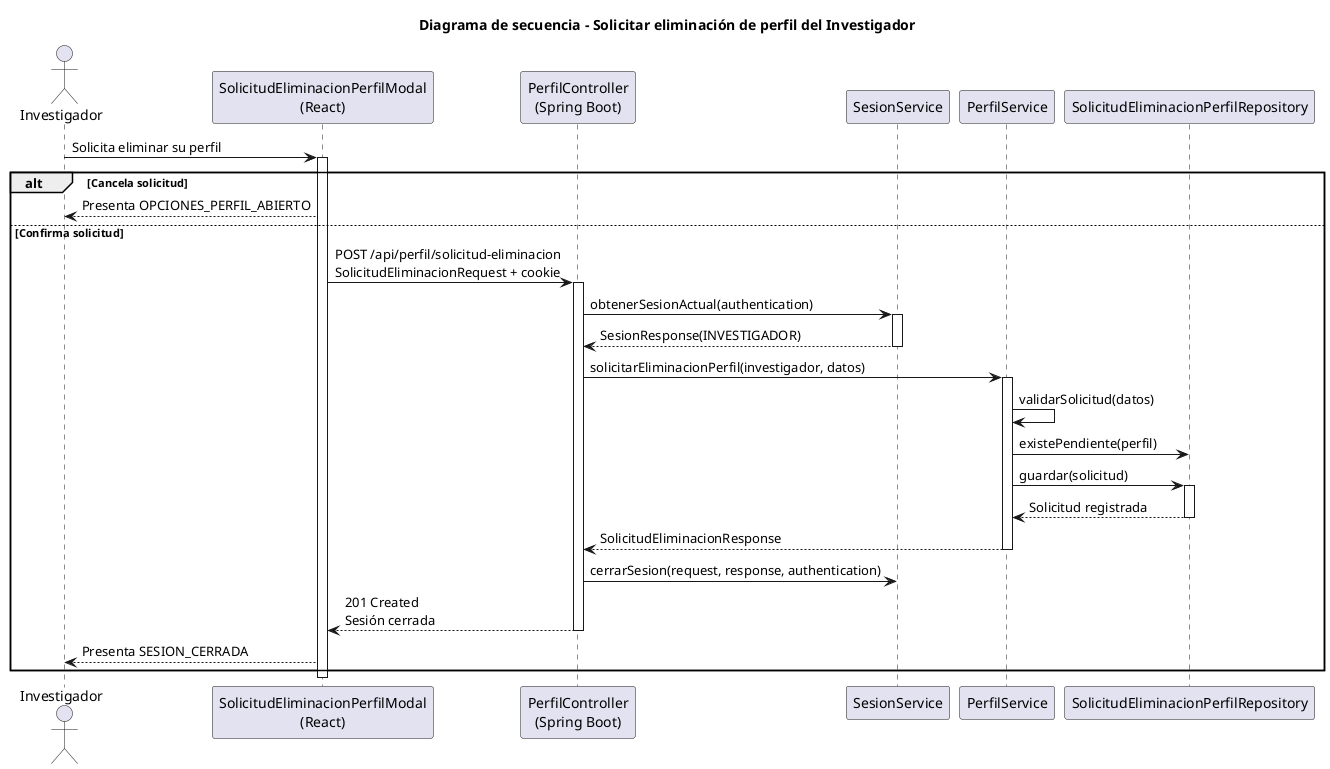
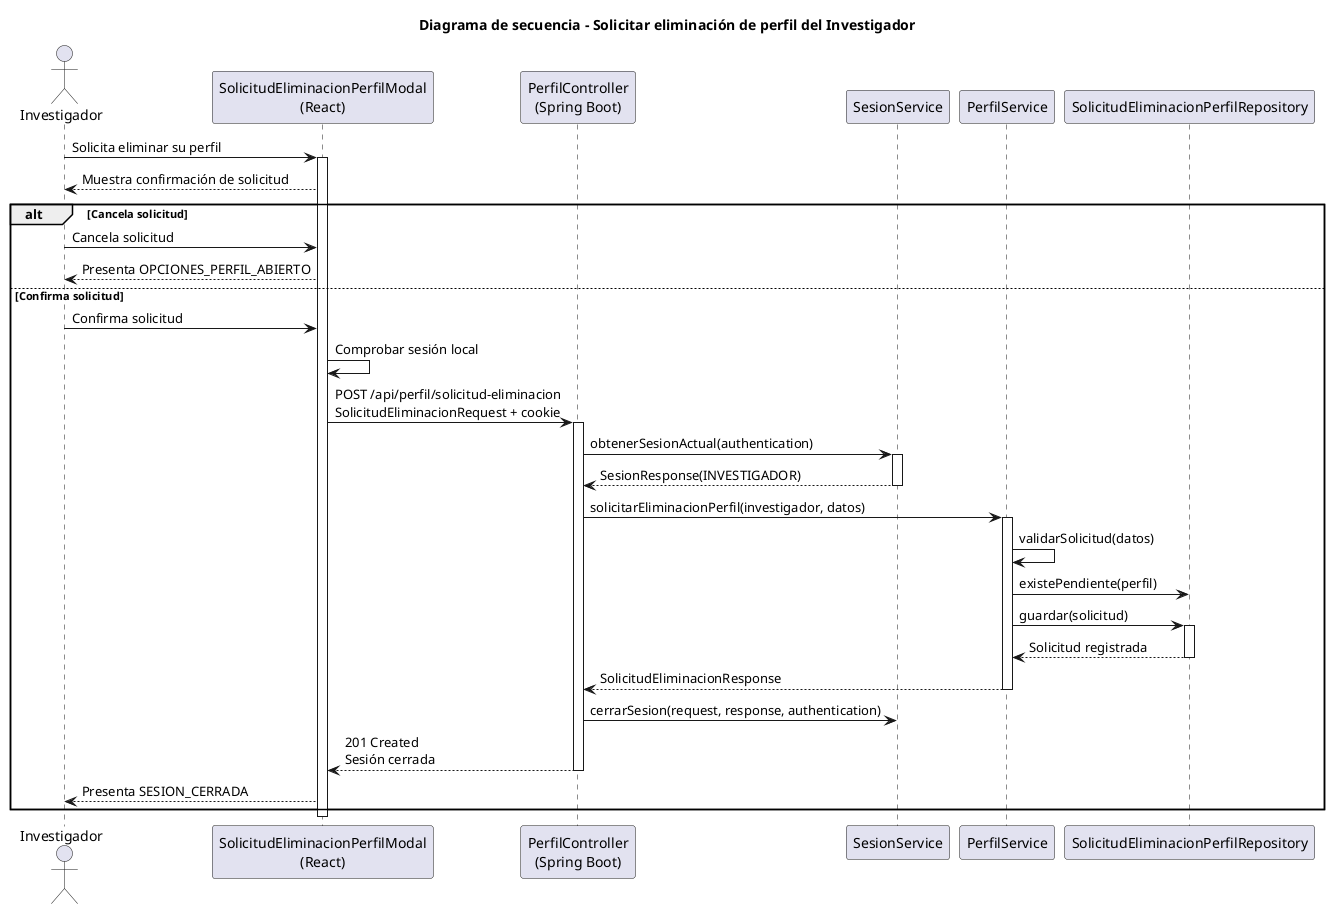
@startuml solicitarEliminacionPerfil-investigador-diseño
title Diagrama de secuencia - Solicitar eliminación de perfil del Investigador

actor Investigador
participant "SolicitudEliminacionPerfilModal\n(React)" as Frontend
participant "PerfilController\n(Spring Boot)" as Api
participant "SesionService" as Sesion
participant "PerfilService" as PerfilService
participant "SolicitudEliminacionPerfilRepository" as SolicitudRepository

Investigador -> Frontend: Solicita eliminar su perfil
activate Frontend
+ Frontend --> Investigador: Muestra confirmación de solicitud
alt Cancela solicitud
+     Investigador -> Frontend: Cancela solicitud
    Frontend --> Investigador: Presenta OPCIONES_PERFIL_ABIERTO
else Confirma solicitud
+     Investigador -> Frontend: Confirma solicitud
+     Frontend -> Frontend: Comprobar sesión local
    Frontend -> Api: POST /api/perfil/solicitud-eliminacion\nSolicitudEliminacionRequest + cookie
    activate Api
    Api -> Sesion: obtenerSesionActual(authentication)
    activate Sesion
    Sesion --> Api: SesionResponse(INVESTIGADOR)
    deactivate Sesion
    Api -> PerfilService: solicitarEliminacionPerfil(investigador, datos)
    activate PerfilService
    PerfilService -> PerfilService: validarSolicitud(datos)
    PerfilService -> SolicitudRepository: existePendiente(perfil)
    PerfilService -> SolicitudRepository: guardar(solicitud)
    activate SolicitudRepository
    SolicitudRepository --> PerfilService: Solicitud registrada
    deactivate SolicitudRepository
    PerfilService --> Api: SolicitudEliminacionResponse
    deactivate PerfilService
    Api -> Sesion: cerrarSesion(request, response, authentication)
    Api --> Frontend: 201 Created\nSesión cerrada
    deactivate Api
    Frontend --> Investigador: Presenta SESION_CERRADA
end
deactivate Frontend
@enduml
